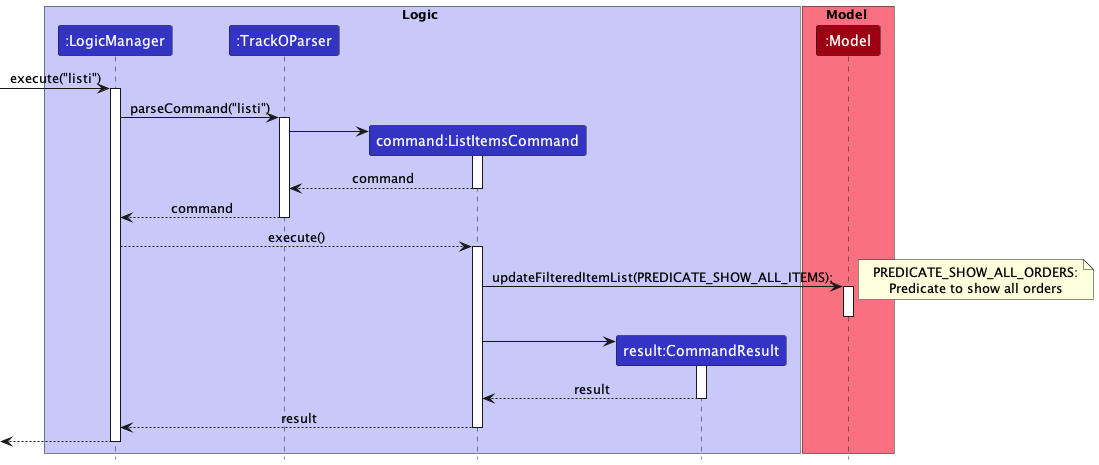
The PlantUML diagram docs/images/ListItemsSequenceDiagram.png in nus-cs2103-AY2223S1/tp, before a commit. Its diagram source:
```plantuml
@startuml
!include style.puml

box Logic LOGIC_COLOR_T1
participant ":LogicManager" as LogicManager LOGIC_COLOR
participant ":TrackOParser" as TrackOParser LOGIC_COLOR
participant "command:ListItemsCommand" as ListItemsCommand LOGIC_COLOR
participant "result:CommandResult" as CommandResult LOGIC_COLOR
end box

box Model MODEL_COLOR_T1
participant ":Model" as Model MODEL_COLOR

end box

[-> LogicManager : execute("listi")
activate LogicManager

LogicManager -> TrackOParser : parseCommand("listi")
activate TrackOParser

create ListItemsCommand
TrackOParser -> ListItemsCommand
activate ListItemsCommand

ListItemsCommand --> TrackOParser : command
deactivate ListItemsCommand

TrackOParser --> LogicManager : command
deactivate TrackOParser

LogicManager --> ListItemsCommand : execute()
activate ListItemsCommand

ListItemsCommand -> Model : updateFilteredItemList(PREDICATE_SHOW_ALL_ITEMS);
activate Model
deactivate Model

note right
PREDICATE_SHOW_ALL_ORDERS:
Predicate to show all orders
end note

create CommandResult
ListItemsCommand -> CommandResult
activate CommandResult

CommandResult --> ListItemsCommand : result
deactivate CommandResult

ListItemsCommand --> LogicManager : result
deactivate ListItemsCommand
[<--LogicManager
deactivate LogicManager
@enduml
```
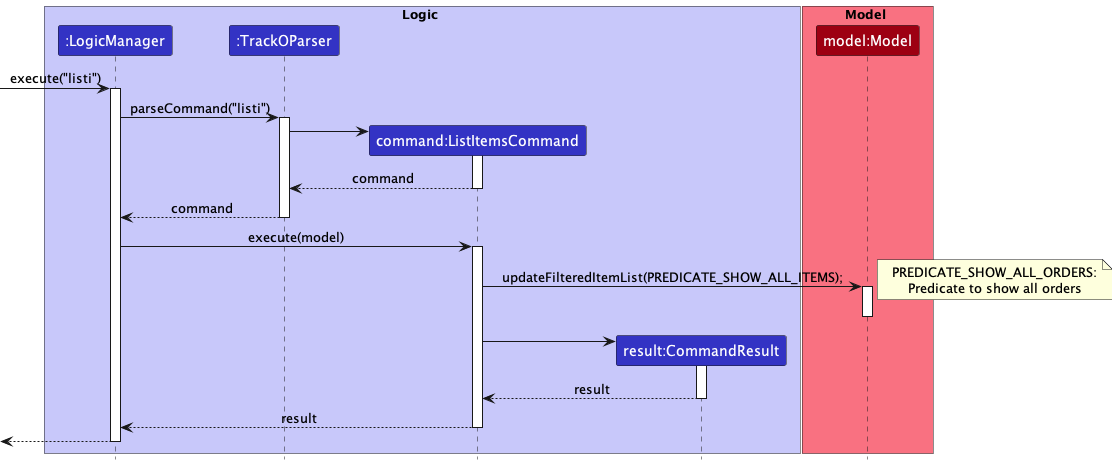
Above is the later version.

Commit message:
Make fixes to the diagram

The edit, as a diff of the source:
```diff
@@ -9,7 +9,7 @@
 end box
 
 box Model MODEL_COLOR_T1
-participant ":Model" as Model MODEL_COLOR
+participant "model:Model" as Model MODEL_COLOR
 
 end box
 
@@ -29,7 +29,7 @@
 TrackOParser --> LogicManager : command
 deactivate TrackOParser
 
-LogicManager --> ListItemsCommand : execute()
+LogicManager -> ListItemsCommand : execute(model)
 activate ListItemsCommand
 
 ListItemsCommand -> Model : updateFilteredItemList(PREDICATE_SHOW_ALL_ITEMS);
```
